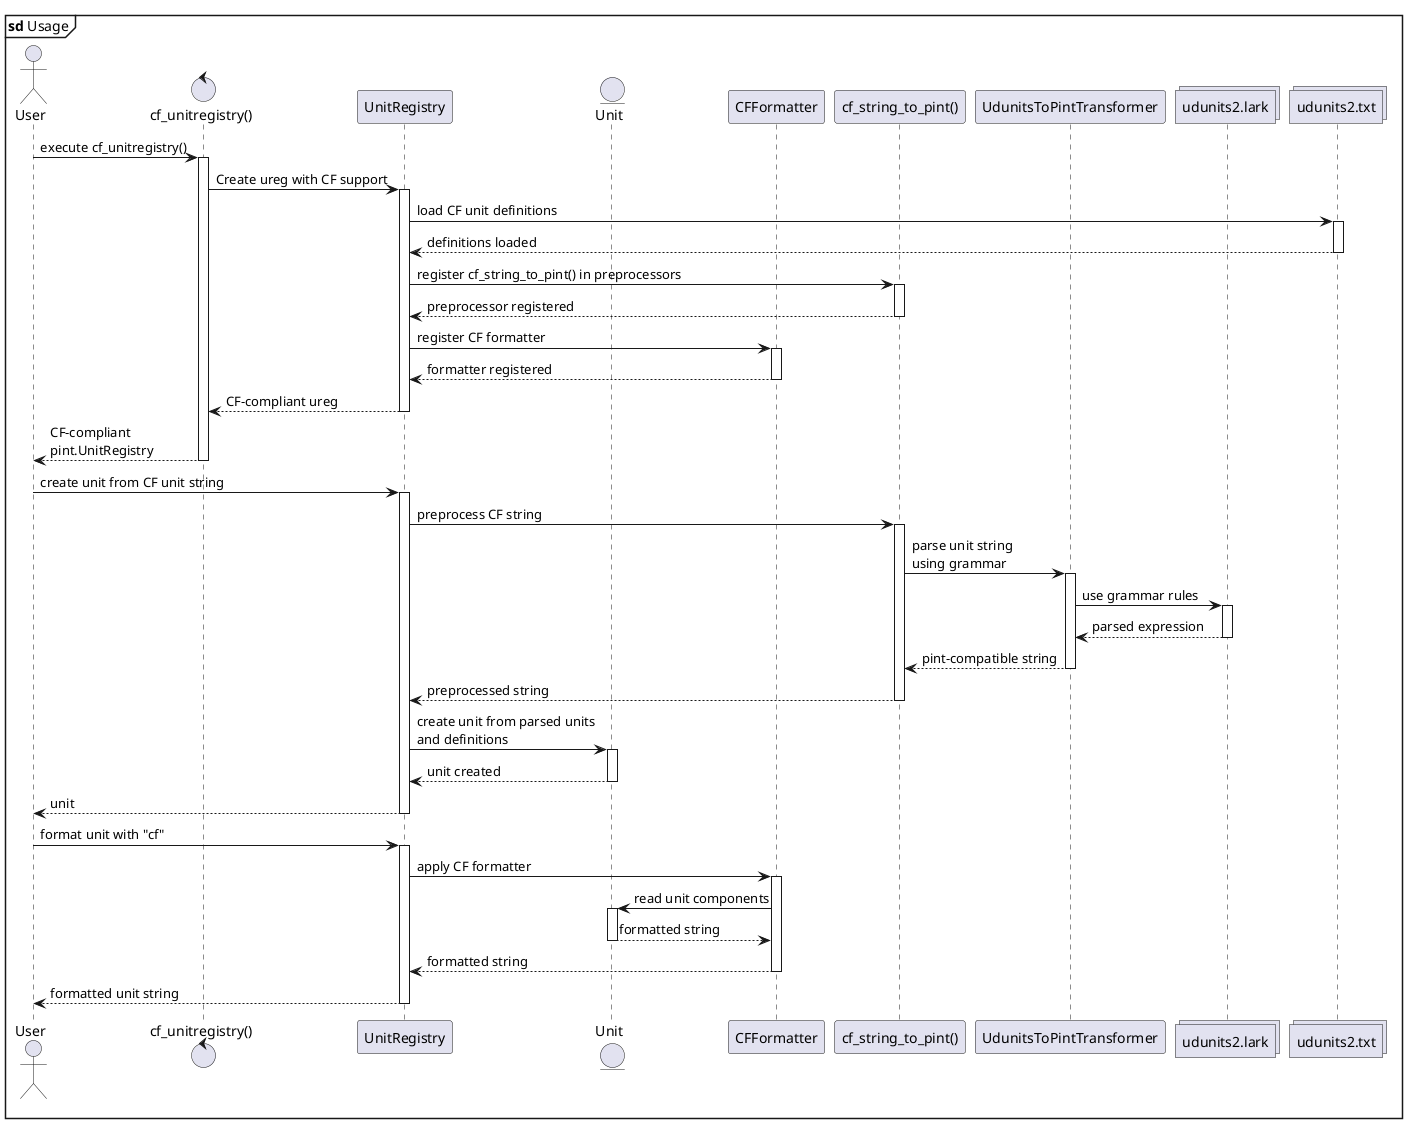
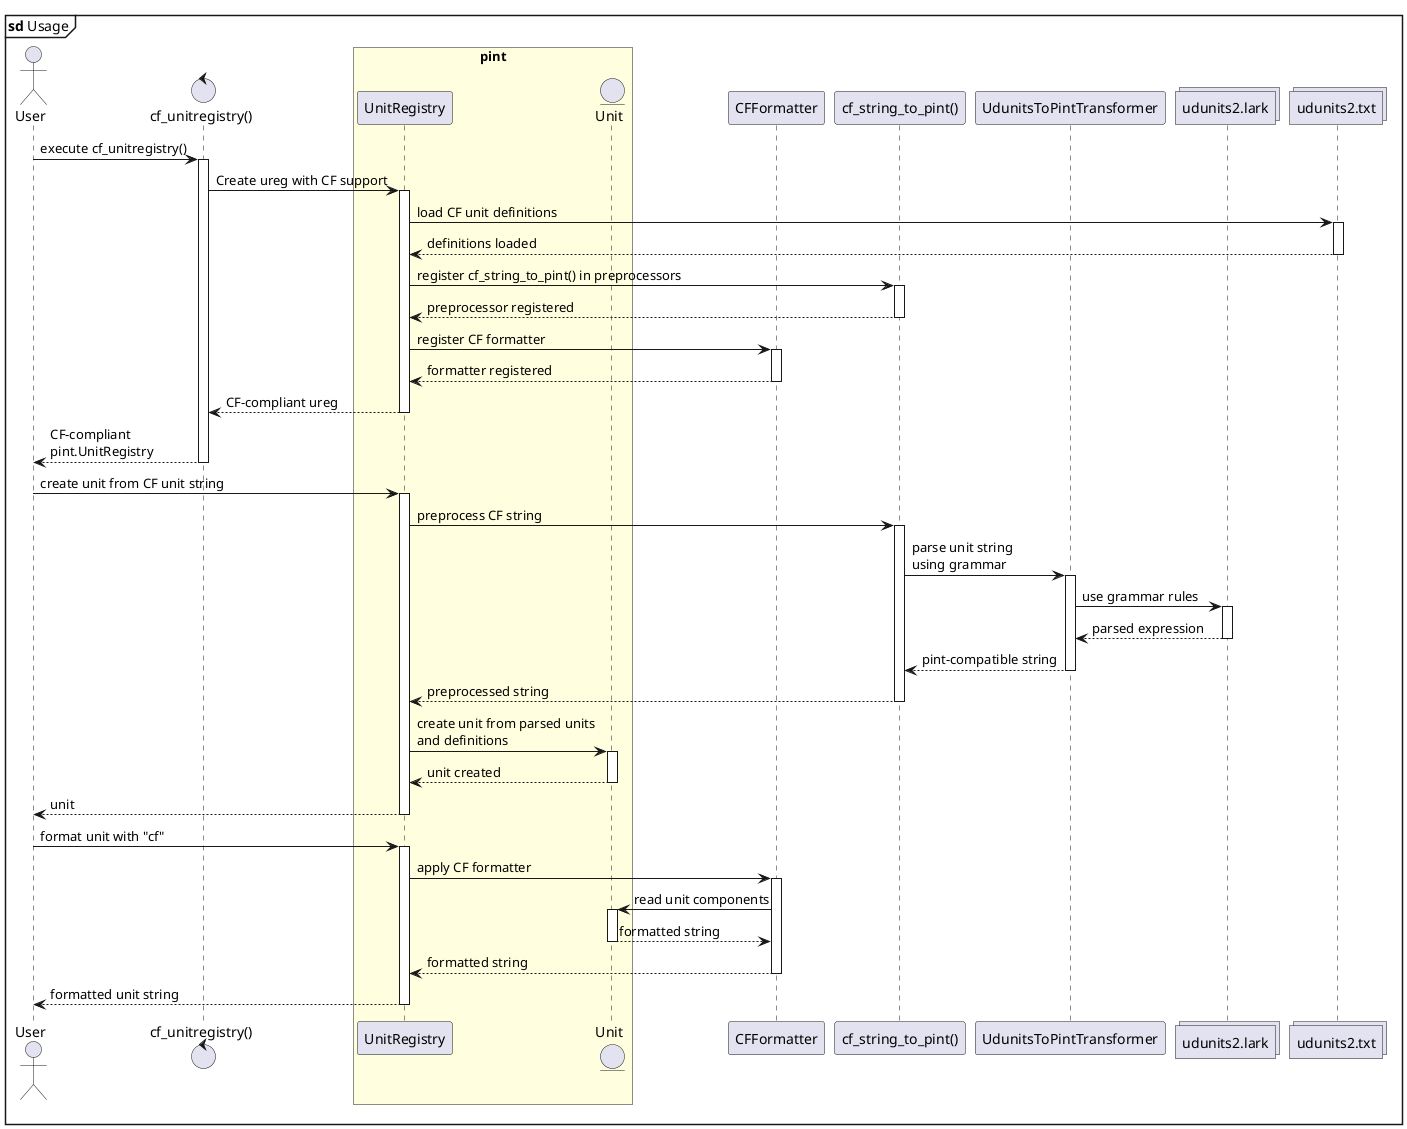
@startuml sd-usage
mainframe **sd** Usage

autoactivate on

actor User

control "cf_unitregistry()" as FACTORY
- participant "UnitRegistry" as UREG
- entity "Unit" as UNIT
+ box "pint" #LightYellow
+     participant "UnitRegistry" as UREG
+     entity "Unit" as UNIT
+ end box
participant CFFormatter as FORMATTER
participant "cf_string_to_pint()" as PREPROCESSOR
participant UdunitsToPintTransformer as PARSER
collections "udunits2.lark" as F_LARK
collections "udunits2.txt" as F_TXT

User -> FACTORY : execute cf_unitregistry()
    FACTORY -> UREG : Create ureg with CF support
        UREG -> F_TXT : load CF unit definitions
            return definitions loaded

        UREG -> PREPROCESSOR : register cf_string_to_pint() in preprocessors
            return preprocessor registered

        UREG -> FORMATTER : register CF formatter
            return formatter registered

        return CF-compliant ureg
    return CF-compliant\npint.UnitRegistry


User -> UREG : create unit from CF unit string

    UREG -> PREPROCESSOR : preprocess CF string
        PREPROCESSOR -> PARSER : parse unit string\nusing grammar
            PARSER -> F_LARK : use grammar rules
                return parsed expression
            return pint-compatible string
        return preprocessed string

    UREG -> UNIT : create unit from parsed units\nand definitions
        return unit created

    return unit

User -> UREG : format unit with "cf"
    UREG -> FORMATTER : apply CF formatter
        FORMATTER -> UNIT : read unit components
            return formatted string
        return formatted string
    return formatted unit string


@enduml
